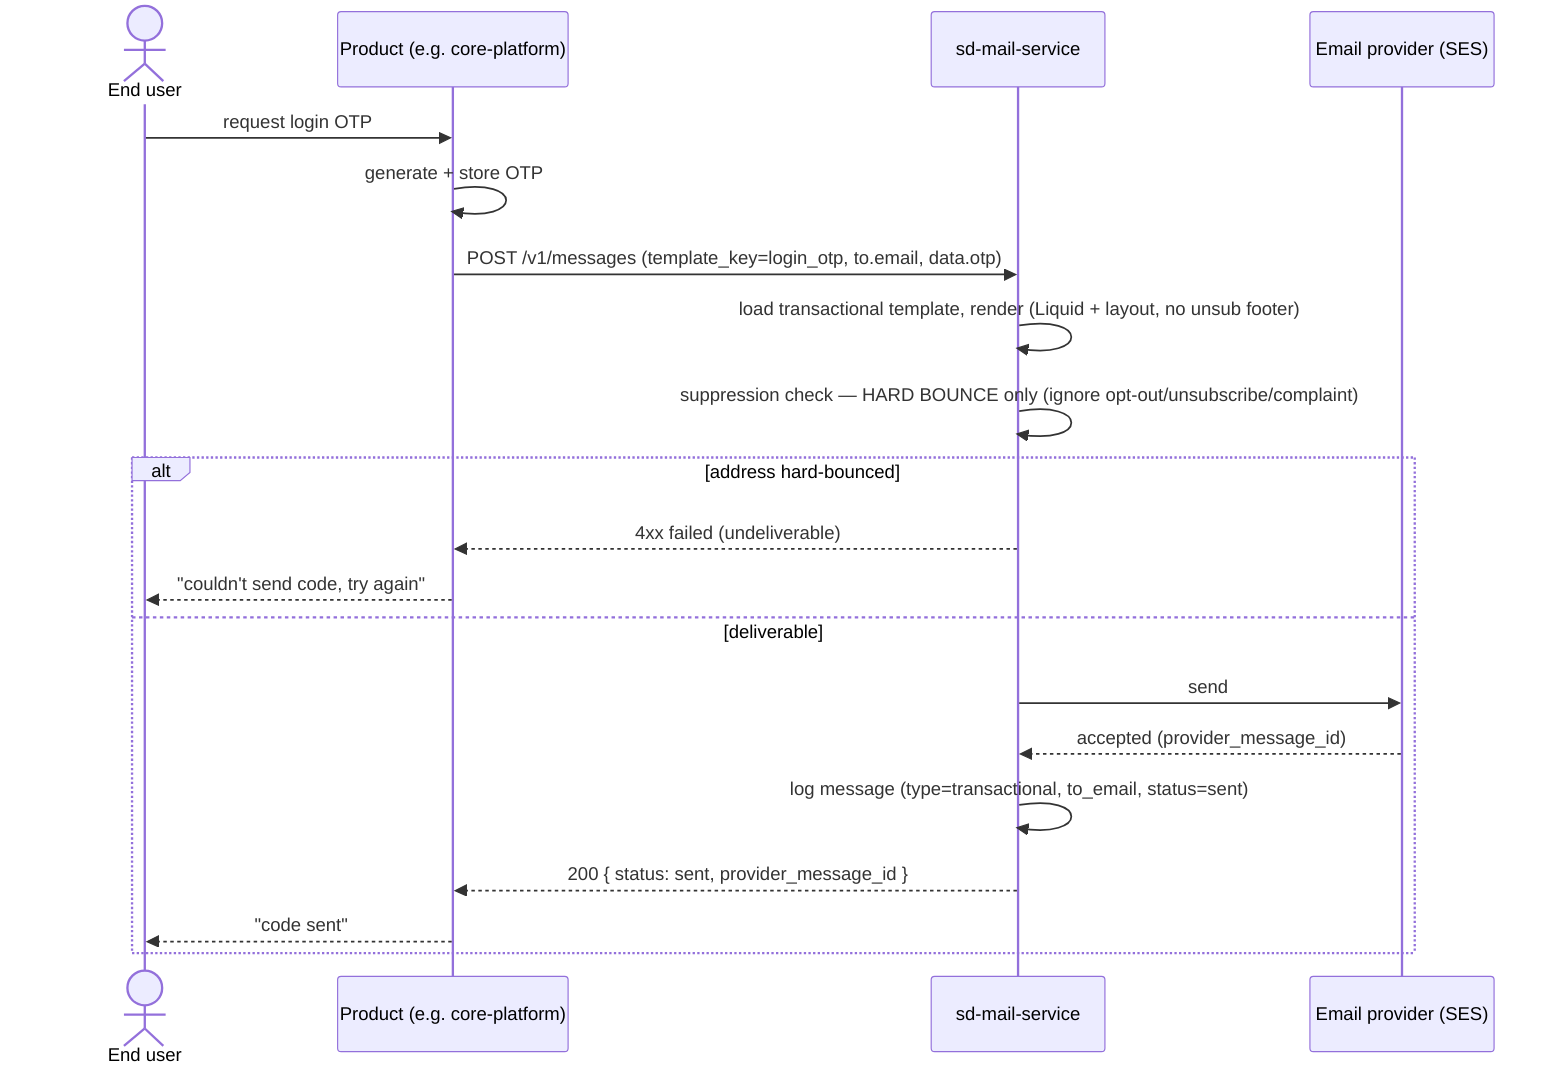
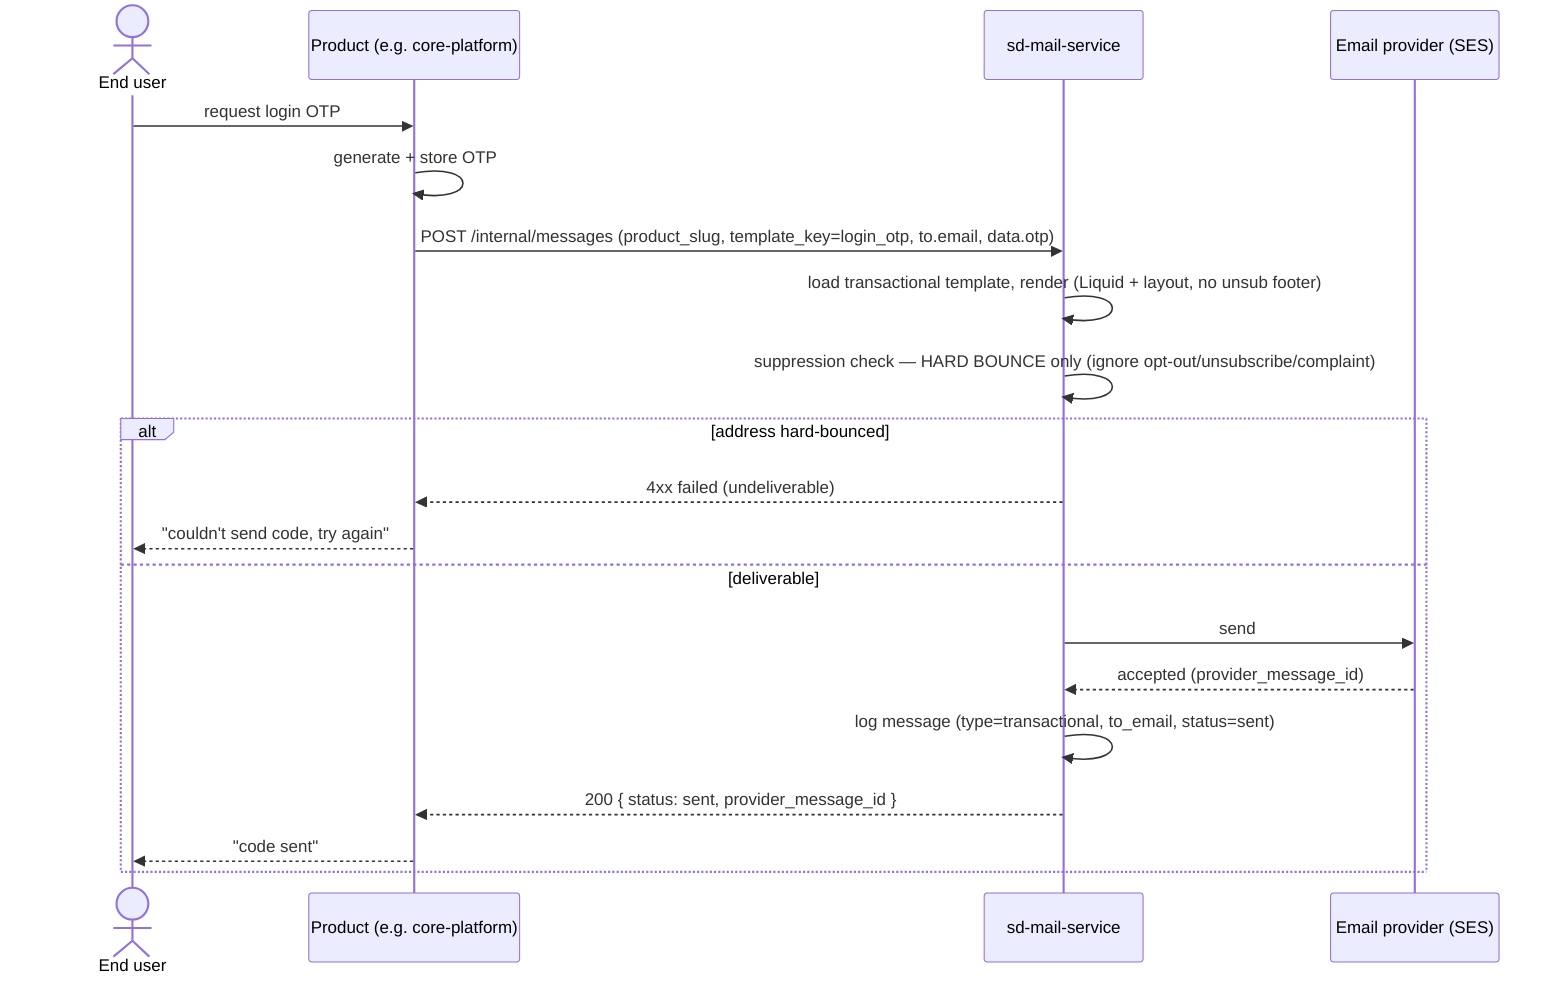
sequenceDiagram
  actor User as End user
  participant Core as Product (e.g. core-platform)
  participant Svc as sd-mail-service
  participant SES as Email provider (SES)

  User->>Core: request login OTP
  Core->>Core: generate + store OTP
-   Core->>Svc: POST /v1/messages (template_key=login_otp, to.email, data.otp)
+   Core->>Svc: POST /internal/messages (product_slug, template_key=login_otp, to.email, data.otp)
  Svc->>Svc: load transactional template, render (Liquid + layout, no unsub footer)
  Svc->>Svc: suppression check — HARD BOUNCE only (ignore opt-out/unsubscribe/complaint)
  alt address hard-bounced
    Svc-->>Core: 4xx failed (undeliverable)
    Core-->>User: "couldn't send code, try again"
  else deliverable
    Svc->>SES: send
    SES-->>Svc: accepted (provider_message_id)
    Svc->>Svc: log message (type=transactional, to_email, status=sent)
    Svc-->>Core: 200 { status: sent, provider_message_id }
    Core-->>User: "code sent"
  end
